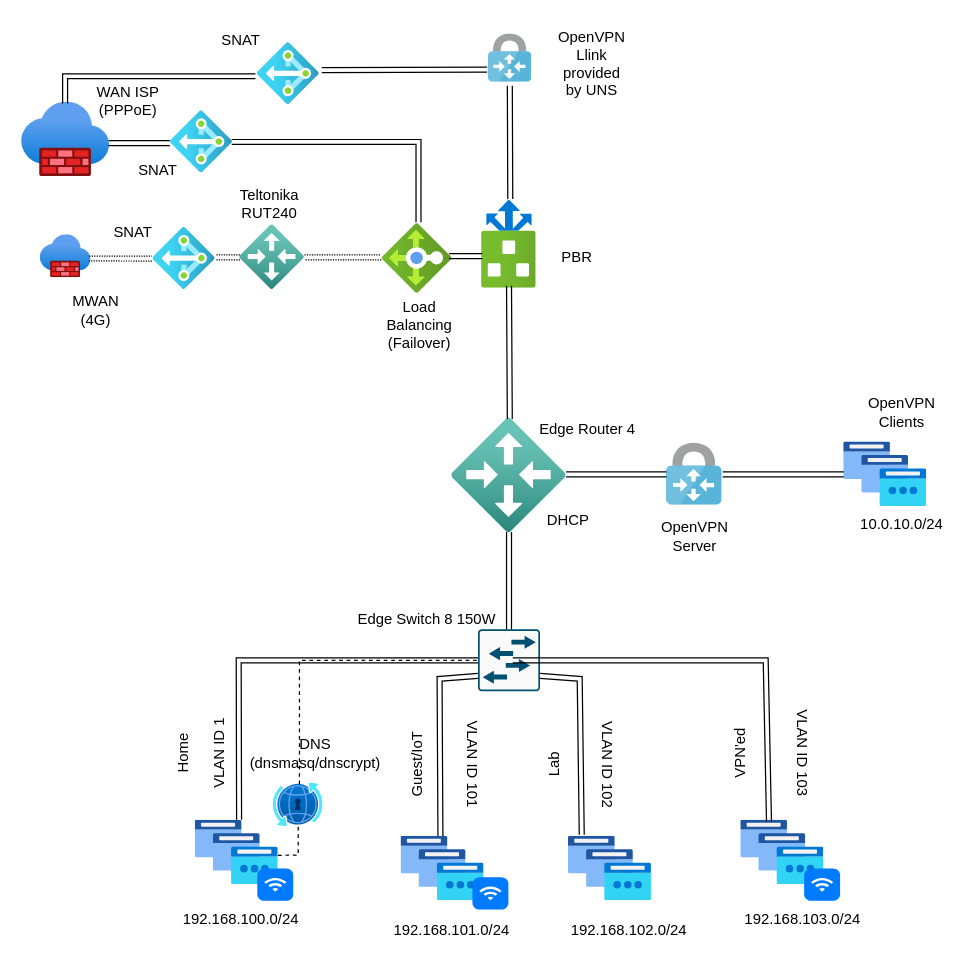
Earlier version of the draw.io diagram assets/Munz_Network.drawio (r2munz/r2munz.github.io). Source tidied: cells renumbered, new cells numbered last; positions are measured from the earlier drawing's top-left corner, leaving out a move shared by most shapes. Both pictures are drawn from the tidied source at 124%, with x=0, y=0 at pixel (21, 21).
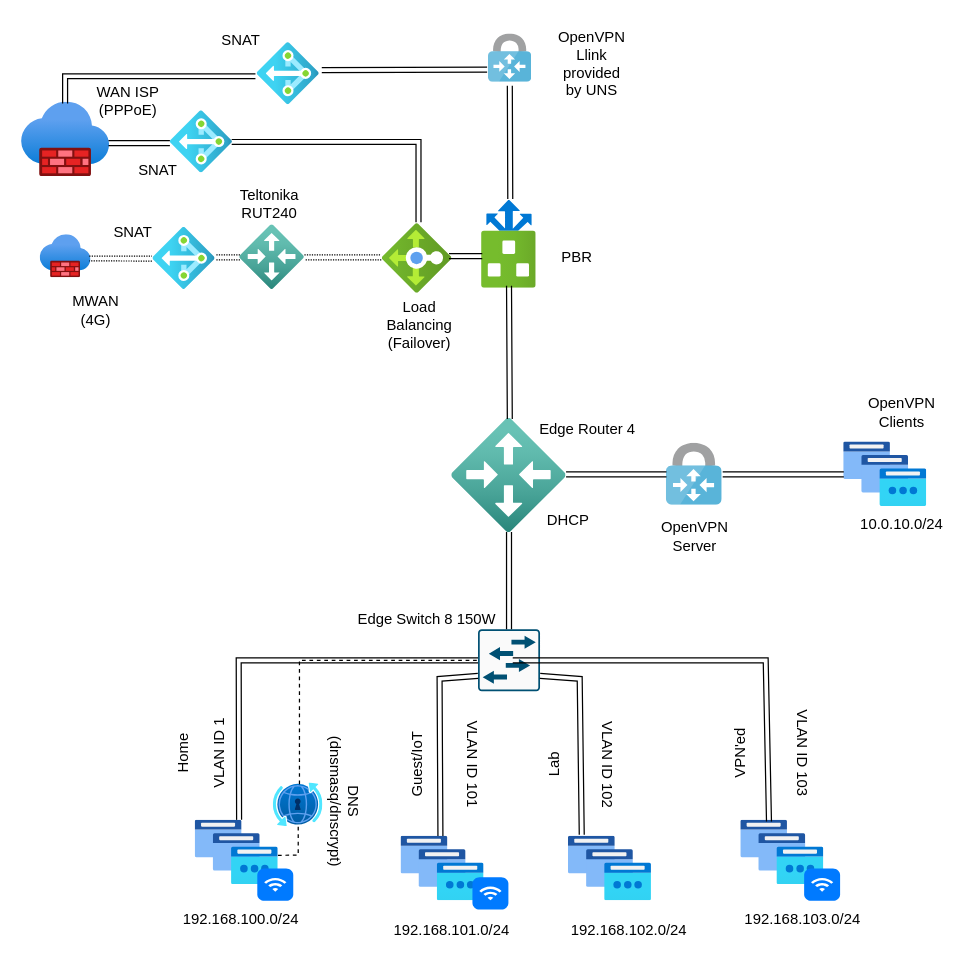
Above is the later version.

Commit message (it also covers changes not shown here):
Network Diagram updated

What changed in the source:
```diff
@@
-    <mxCell id="51" value="DNS (dnsmasq/dnscrypt)" style="text;strokeColor=none;align=center;fillColor=none;html=1;verticalAlign=middle;whiteSpace=wrap;rounded=0;" parent="1" vertex="1">
-      <mxGeometry x="207" y="575" width="60" height="30" as="geometry" />
+    <mxCell id="51" value="DNS (dnsmasq/dnscrypt)" style="text;strokeColor=none;align=center;fillColor=none;html=1;verticalAlign=middle;whiteSpace=wrap;rounded=0;rotation=90;" parent="1" vertex="1">
+      <mxGeometry x="231" y="614" width="60" height="30" as="geometry" />
     </mxCell>
```
